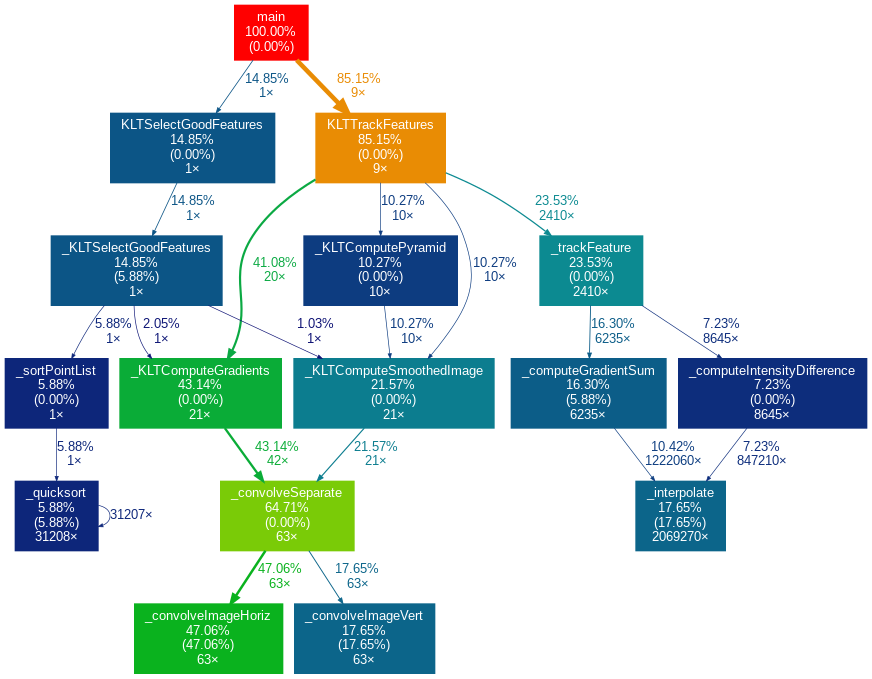
Above: src/V1/klt/profiling/example3_callgraph.png in FatimaRana50/CS4110-klt-gpu (Graphviz), before the change. Its source is kept beside it as src/V1/klt/profiling/example3_callgraph.dot.
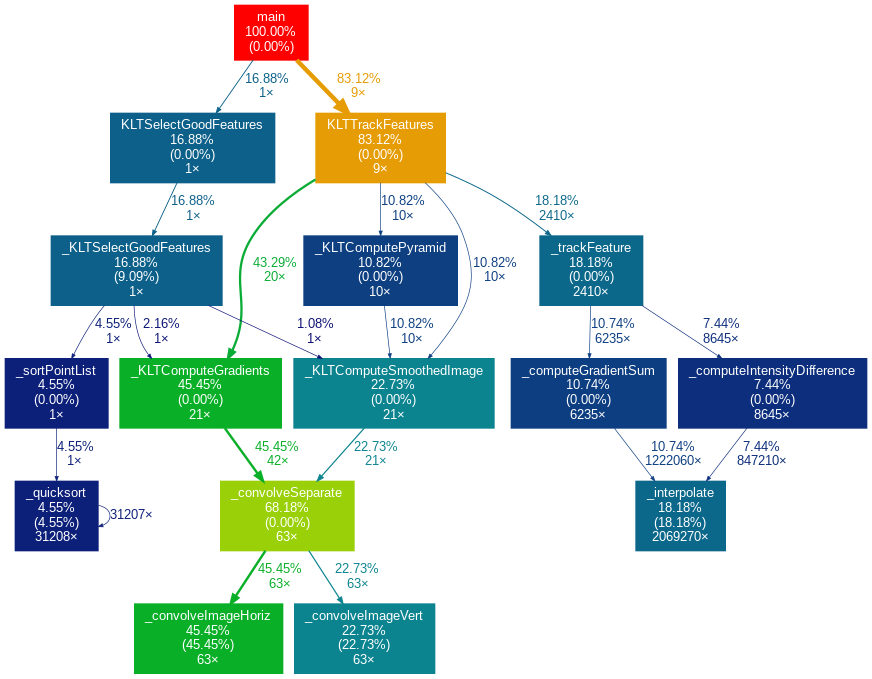
After the commit.

Diff of the diagram source:
```diff
@@ -4,40 +4,40 @@
 	node [fontcolor=white, fontname=Arial, height=0, shape=box, style=filled, width=0];
 	edge [fontname=Arial];
 	1 [color="#ff0000", fontcolor="#ffffff", fontsize="10.00", label="main\n100.00%\n(0.00%)"];
-	1 -> 2 [arrowsize="0.92", color="#e98c04", fontcolor="#e98c04", fontsize="10.00", label="85.15%\n9×", labeldistance="3.41", penwidth="3.41"];
-	1 -> 11 [arrowsize="0.39", color="#0c5586", fontcolor="#0c5586", fontsize="10.00", label="14.85%\n1×", labeldistance="0.59", penwidth="0.59"];
-	2 [color="#e98c04", fontcolor="#ffffff", fontsize="10.00", label="KLTTrackFeatures\n85.15%\n(0.00%)\n9×"];
-	2 -> 5 [arrowsize="0.64", color="#0ba943", fontcolor="#0ba943", fontsize="10.00", label="41.08%\n20×", labeldistance="1.64", penwidth="1.64"];
-	2 -> 6 [arrowsize="0.49", color="#0c8a91", fontcolor="#0c8a91", fontsize="10.00", label="23.53%\n2410×", labeldistance="0.94", penwidth="0.94"];
-	2 -> 7 [arrowsize="0.35", color="#0d3c80", fontcolor="#0d3c80", fontsize="10.00", label="10.27%\n10×", labeldistance="0.50", penwidth="0.50"];
-	2 -> 13 [arrowsize="0.35", color="#0d3c80", fontcolor="#0d3c80", fontsize="10.00", label="10.27%\n10×", labeldistance="0.50", penwidth="0.50"];
-	3 [color="#7acb07", fontcolor="#ffffff", fontsize="10.00", label="_convolveSeparate\n64.71%\n(0.00%)\n63×"];
-	3 -> 4 [arrowsize="0.69", color="#0ab21e", fontcolor="#0ab21e", fontsize="10.00", label="47.06%\n63×", labeldistance="1.88", penwidth="1.88"];
-	3 -> 9 [arrowsize="0.42", color="#0c658a", fontcolor="#0c658a", fontsize="10.00", label="17.65%\n63×", labeldistance="0.71", penwidth="0.71"];
-	4 [color="#0ab21e", fontcolor="#ffffff", fontsize="10.00", label="_convolveImageHoriz\n47.06%\n(47.06%)\n63×"];
-	5 [color="#0aac37", fontcolor="#ffffff", fontsize="10.00", label="_KLTComputeGradients\n43.14%\n(0.00%)\n21×"];
-	5 -> 3 [arrowsize="0.66", color="#0aac37", fontcolor="#0aac37", fontsize="10.00", label="43.14%\n42×", labeldistance="1.73", penwidth="1.73"];
-	6 [color="#0c8a91", fontcolor="#ffffff", fontsize="10.00", label="_trackFeature\n23.53%\n(0.00%)\n2410×"];
-	6 -> 10 [arrowsize="0.40", color="#0c5d88", fontcolor="#0c5d88", fontsize="10.00", label="16.30%\n6235×", labeldistance="0.65", penwidth="0.65"];
-	6 -> 14 [arrowsize="0.35", color="#0d2d7c", fontcolor="#0d2d7c", fontsize="10.00", label="7.23%\n8645×", labeldistance="0.50", penwidth="0.50"];
-	7 [color="#0c7d8f", fontcolor="#ffffff", fontsize="10.00", label="_KLTComputeSmoothedImage\n21.57%\n(0.00%)\n21×"];
-	7 -> 3 [arrowsize="0.46", color="#0c7d8f", fontcolor="#0c7d8f", fontsize="10.00", label="21.57%\n21×", labeldistance="0.86", penwidth="0.86"];
-	8 [color="#0c658a", fontcolor="#ffffff", fontsize="10.00", label="_interpolate\n17.65%\n(17.65%)\n2069270×"];
-	9 [color="#0c658a", fontcolor="#ffffff", fontsize="10.00", label="_convolveImageVert\n17.65%\n(17.65%)\n63×"];
-	10 [color="#0c5d88", fontcolor="#ffffff", fontsize="10.00", label="_computeGradientSum\n16.30%\n(5.88%)\n6235×"];
-	10 -> 8 [arrowsize="0.35", color="#0d3d80", fontcolor="#0d3d80", fontsize="10.00", label="10.42%\n1222060×", labeldistance="0.50", penwidth="0.50"];
-	11 [color="#0c5586", fontcolor="#ffffff", fontsize="10.00", label="KLTSelectGoodFeatures\n14.85%\n(0.00%)\n1×"];
-	11 -> 12 [arrowsize="0.39", color="#0c5586", fontcolor="#0c5586", fontsize="10.00", label="14.85%\n1×", labeldistance="0.59", penwidth="0.59"];
-	12 [color="#0c5586", fontcolor="#ffffff", fontsize="10.00", label="_KLTSelectGoodFeatures\n14.85%\n(5.88%)\n1×"];
-	12 -> 5 [arrowsize="0.35", color="#0d1575", fontcolor="#0d1575", fontsize="10.00", label="2.05%\n1×", labeldistance="0.50", penwidth="0.50"];
-	12 -> 7 [arrowsize="0.35", color="#0d1174", fontcolor="#0d1174", fontsize="10.00", label="1.03%\n1×", labeldistance="0.50", penwidth="0.50"];
-	12 -> 16 [arrowsize="0.35", color="#0d267a", fontcolor="#0d267a", fontsize="10.00", label="5.88%\n1×", labeldistance="0.50", penwidth="0.50"];
-	13 [color="#0d3c80", fontcolor="#ffffff", fontsize="10.00", label="_KLTComputePyramid\n10.27%\n(0.00%)\n10×"];
-	13 -> 7 [arrowsize="0.35", color="#0d3c80", fontcolor="#0d3c80", fontsize="10.00", label="10.27%\n10×", labeldistance="0.50", penwidth="0.50"];
-	14 [color="#0d2d7c", fontcolor="#ffffff", fontsize="10.00", label="_computeIntensityDifference\n7.23%\n(0.00%)\n8645×"];
-	14 -> 8 [arrowsize="0.35", color="#0d2d7c", fontcolor="#0d2d7c", fontsize="10.00", label="7.23%\n847210×", labeldistance="0.50", penwidth="0.50"];
-	15 [color="#0d267a", fontcolor="#ffffff", fontsize="10.00", label="_quicksort\n5.88%\n(5.88%)\n31208×"];
-	15 -> 15 [arrowsize="0.35", color="#0d267a", fontcolor="#0d267a", fontsize="10.00", label="31207×", labeldistance="0.50", penwidth="0.50"];
-	16 [color="#0d267a", fontcolor="#ffffff", fontsize="10.00", label="_sortPointList\n5.88%\n(0.00%)\n1×"];
-	16 -> 15 [arrowsize="0.35", color="#0d267a", fontcolor="#0d267a", fontsize="10.00", label="5.88%\n1×", labeldistance="0.50", penwidth="0.50"];
+	1 -> 2 [arrowsize="0.91", color="#e69c04", fontcolor="#e69c04", fontsize="10.00", label="83.12%\n9×", labeldistance="3.32", penwidth="3.32"];
+	1 -> 10 [arrowsize="0.41", color="#0c6089", fontcolor="#0c6089", fontsize="10.00", label="16.88%\n1×", labeldistance="0.68", penwidth="0.68"];
+	2 [color="#e69c04", fontcolor="#ffffff", fontsize="10.00", label="KLTTrackFeatures\n83.12%\n(0.00%)\n9×"];
+	2 -> 4 [arrowsize="0.66", color="#0aac36", fontcolor="#0aac36", fontsize="10.00", label="43.29%\n20×", labeldistance="1.73", penwidth="1.73"];
+	2 -> 7 [arrowsize="0.35", color="#0d3f81", fontcolor="#0d3f81", fontsize="10.00", label="10.82%\n10×", labeldistance="0.50", penwidth="0.50"];
+	2 -> 9 [arrowsize="0.43", color="#0c688a", fontcolor="#0c688a", fontsize="10.00", label="18.18%\n2410×", labeldistance="0.73", penwidth="0.73"];
+	2 -> 12 [arrowsize="0.35", color="#0d3f81", fontcolor="#0d3f81", fontsize="10.00", label="10.82%\n10×", labeldistance="0.50", penwidth="0.50"];
+	3 [color="#99d007", fontcolor="#ffffff", fontsize="10.00", label="_convolveSeparate\n68.18%\n(0.00%)\n63×"];
+	3 -> 5 [arrowsize="0.67", color="#0aaf28", fontcolor="#0aaf28", fontsize="10.00", label="45.45%\n63×", labeldistance="1.82", penwidth="1.82"];
+	3 -> 6 [arrowsize="0.48", color="#0c8490", fontcolor="#0c8490", fontsize="10.00", label="22.73%\n63×", labeldistance="0.91", penwidth="0.91"];
+	4 [color="#0aaf28", fontcolor="#ffffff", fontsize="10.00", label="_KLTComputeGradients\n45.45%\n(0.00%)\n21×"];
+	4 -> 3 [arrowsize="0.67", color="#0aaf28", fontcolor="#0aaf28", fontsize="10.00", label="45.45%\n42×", labeldistance="1.82", penwidth="1.82"];
+	5 [color="#0aaf28", fontcolor="#ffffff", fontsize="10.00", label="_convolveImageHoriz\n45.45%\n(45.45%)\n63×"];
+	6 [color="#0c8490", fontcolor="#ffffff", fontsize="10.00", label="_convolveImageVert\n22.73%\n(22.73%)\n63×"];
+	7 [color="#0c8490", fontcolor="#ffffff", fontsize="10.00", label="_KLTComputeSmoothedImage\n22.73%\n(0.00%)\n21×"];
+	7 -> 3 [arrowsize="0.48", color="#0c8490", fontcolor="#0c8490", fontsize="10.00", label="22.73%\n21×", labeldistance="0.91", penwidth="0.91"];
+	8 [color="#0c688a", fontcolor="#ffffff", fontsize="10.00", label="_interpolate\n18.18%\n(18.18%)\n2069270×"];
+	9 [color="#0c688a", fontcolor="#ffffff", fontsize="10.00", label="_trackFeature\n18.18%\n(0.00%)\n2410×"];
+	9 -> 13 [arrowsize="0.35", color="#0d3e81", fontcolor="#0d3e81", fontsize="10.00", label="10.74%\n6235×", labeldistance="0.50", penwidth="0.50"];
+	9 -> 14 [arrowsize="0.35", color="#0d2e7c", fontcolor="#0d2e7c", fontsize="10.00", label="7.44%\n8645×", labeldistance="0.50", penwidth="0.50"];
+	10 [color="#0c6089", fontcolor="#ffffff", fontsize="10.00", label="KLTSelectGoodFeatures\n16.88%\n(0.00%)\n1×"];
+	10 -> 11 [arrowsize="0.41", color="#0c6089", fontcolor="#0c6089", fontsize="10.00", label="16.88%\n1×", labeldistance="0.68", penwidth="0.68"];
+	11 [color="#0c6089", fontcolor="#ffffff", fontsize="10.00", label="_KLTSelectGoodFeatures\n16.88%\n(9.09%)\n1×"];
+	11 -> 4 [arrowsize="0.35", color="#0d1676", fontcolor="#0d1676", fontsize="10.00", label="2.16%\n1×", labeldistance="0.50", penwidth="0.50"];
+	11 -> 7 [arrowsize="0.35", color="#0d1174", fontcolor="#0d1174", fontsize="10.00", label="1.08%\n1×", labeldistance="0.50", penwidth="0.50"];
+	11 -> 16 [arrowsize="0.35", color="#0d2079", fontcolor="#0d2079", fontsize="10.00", label="4.55%\n1×", labeldistance="0.50", penwidth="0.50"];
+	12 [color="#0d3f81", fontcolor="#ffffff", fontsize="10.00", label="_KLTComputePyramid\n10.82%\n(0.00%)\n10×"];
+	12 -> 7 [arrowsize="0.35", color="#0d3f81", fontcolor="#0d3f81", fontsize="10.00", label="10.82%\n10×", labeldistance="0.50", penwidth="0.50"];
+	13 [color="#0d3e81", fontcolor="#ffffff", fontsize="10.00", label="_computeGradientSum\n10.74%\n(0.00%)\n6235×"];
+	13 -> 8 [arrowsize="0.35", color="#0d3e81", fontcolor="#0d3e81", fontsize="10.00", label="10.74%\n1222060×", labeldistance="0.50", penwidth="0.50"];
+	14 [color="#0d2e7c", fontcolor="#ffffff", fontsize="10.00", label="_computeIntensityDifference\n7.44%\n(0.00%)\n8645×"];
+	14 -> 8 [arrowsize="0.35", color="#0d2e7c", fontcolor="#0d2e7c", fontsize="10.00", label="7.44%\n847210×", labeldistance="0.50", penwidth="0.50"];
+	15 [color="#0d2079", fontcolor="#ffffff", fontsize="10.00", label="_quicksort\n4.55%\n(4.55%)\n31208×"];
+	15 -> 15 [arrowsize="0.35", color="#0d2079", fontcolor="#0d2079", fontsize="10.00", label="31207×", labeldistance="0.50", penwidth="0.50"];
+	16 [color="#0d2079", fontcolor="#ffffff", fontsize="10.00", label="_sortPointList\n4.55%\n(0.00%)\n1×"];
+	16 -> 15 [arrowsize="0.35", color="#0d2079", fontcolor="#0d2079", fontsize="10.00", label="4.55%\n1×", labeldistance="0.50", penwidth="0.50"];
 }
```
